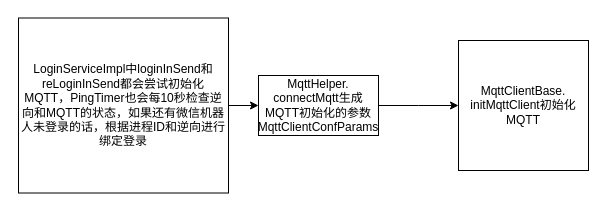
This is javaClient-MQTT流程图.drawio from 1819011603/-, a draw.io file, before an edit. Source tidied: cells renumbered, new cells numbered last; positions are measured from the earlier drawing's top-left corner, leaving out a move shared by most shapes. Both pictures are drawn from the tidied source at 100%, with x=0, y=0 at pixel (18, 17).
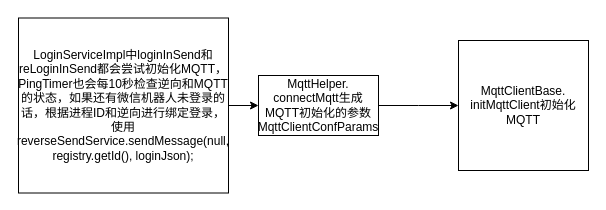
The same page after the edit.

Commit message (it also covers changes not shown here):
更新javaClient-MQTT流程图.drawio

Change to the diagram source:
```diff
@@
 <mxGraphModel>
   <root>
     <mxCell id="0" />
     <mxCell id="1" parent="0" />
     <mxCell id="2" value="MqttClientBase.&lt;br&gt;initMqttClient初始化MQTT" style="whiteSpace=wrap;html=1;" parent="1" vertex="1">
       <mxGeometry x="440" y="23" width="130" height="130" as="geometry" />
     </mxCell>
     <mxCell id="3" style="edgeStyle=orthogonalEdgeStyle;rounded=0;jettySize=auto;html=1;" parent="1" edge="1" source="4">
       <mxGeometry relative="1" as="geometry">
         <mxPoint x="440" y="88" as="targetPoint" />
       </mxGeometry>
     </mxCell>
     <mxCell id="4" value="MqttHelper.&lt;br&gt;connectMqtt生成MQTT初始化的参数MqttClientConfParams" style="rounded=0;whiteSpace=wrap;html=1;" parent="1" vertex="1">
       <mxGeometry x="240" y="58" width="120" height="60" as="geometry" />
     </mxCell>
     <mxCell id="5" style="edgeStyle=orthogonalEdgeStyle;rounded=0;jettySize=auto;html=1;" parent="1" edge="1" source="6" target="4">
       <mxGeometry relative="1" as="geometry" />
     </mxCell>
-    <mxCell id="6" value="LoginServiceImpl中loginInSend和reLoginInSend都会尝试初始化MQTT，PingTimer也会每10秒检查逆向和MQTT的状态，如果还有微信机器人未登录的话，根据进程ID和逆向进行绑定登录" style="rounded=0;whiteSpace=wrap;html=1;" parent="1" vertex="1">
+    <mxCell id="6" value="LoginServiceImpl中loginInSend和reLoginInSend都会尝试初始化MQTT，PingTimer也会每10秒检查逆向和MQTT的状态，如果还有微信机器人未登录的话，根据进程ID和逆向进行绑定登录，使用reverseSendService.sendMessage(null, registry.getId(), loginJson);" style="rounded=0;whiteSpace=wrap;html=1;" parent="1" vertex="1">
       <mxGeometry y="0.5" width="210" height="175" as="geometry" />
     </mxCell>
   </root>
 </mxGraphModel>
```
